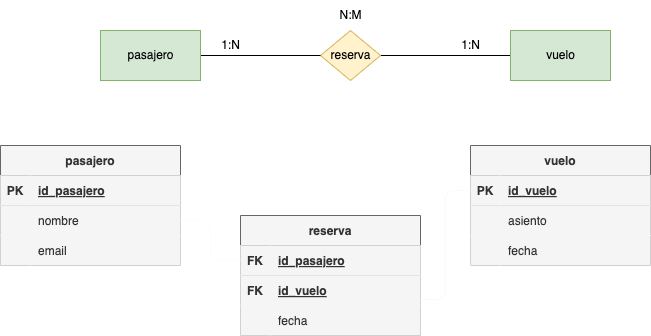
Before: tareas/tarea-3/images/ejercicio22.drawio.png, a diagram exported from draw.io (deylansystem/actividadesBAE). Source tidied: cells renumbered, new cells last; positions are measured from the earlier drawing's top-left corner, leaving out a move shared by most shapes.
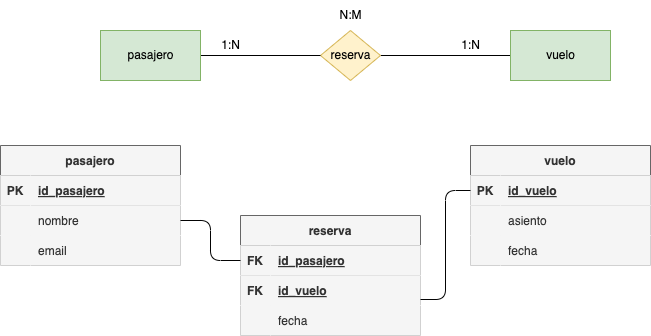
After the commit.

What changed in the source:
```diff
@@ -116,10 +116,10 @@
     <mxCell id="39" value="fecha" style="shape=partialRectangle;fillColor=#f5f5f5;top=0;left=0;bottom=0;right=0;align=left;spacingLeft=6;overflow=hidden;fontColor=#333333;labelBackgroundColor=none;strokeColor=#666666;" parent="37" vertex="1">
       <mxGeometry x="30" width="150" height="30" as="geometry" />
     </mxCell>
-    <mxCell id="40" style="edgeStyle=orthogonalEdgeStyle;html=1;exitX=1;exitY=0.5;exitDx=0;exitDy=0;entryX=0;entryY=0.5;entryDx=0;entryDy=0;fontColor=#050505;labelBackgroundColor=none;fillColor=#f5f5f5;strokeColor=#fdfcfc;endArrow=none;endFill=0;" parent="1" edge="1" source="14" target="31">
+    <mxCell id="40" style="edgeStyle=orthogonalEdgeStyle;html=1;exitX=1;exitY=0.5;exitDx=0;exitDy=0;entryX=0;entryY=0.5;entryDx=0;entryDy=0;fontColor=#050505;labelBackgroundColor=none;fillColor=#f5f5f5;strokeColor=#030303;endArrow=none;endFill=0;" parent="1" edge="1" source="14" target="31">
       <mxGeometry relative="1" as="geometry" />
     </mxCell>
-    <mxCell id="41" style="edgeStyle=orthogonalEdgeStyle;html=1;exitX=0;exitY=0.5;exitDx=0;exitDy=0;entryX=1;entryY=0.8;entryDx=0;entryDy=0;entryPerimeter=0;fontColor=#050505;labelBackgroundColor=none;fillColor=#f5f5f5;strokeColor=#FAFAFA;endArrow=none;endFill=0;" parent="1" edge="1" source="21" target="34">
+    <mxCell id="41" style="edgeStyle=orthogonalEdgeStyle;html=1;exitX=0;exitY=0.5;exitDx=0;exitDy=0;entryX=1;entryY=0.8;entryDx=0;entryDy=0;entryPerimeter=0;fontColor=#050505;labelBackgroundColor=none;fillColor=#f5f5f5;strokeColor=#030303;endArrow=none;endFill=0;" parent="1" edge="1" source="21" target="34">
       <mxGeometry relative="1" as="geometry" />
     </mxCell>
   </root>
```
